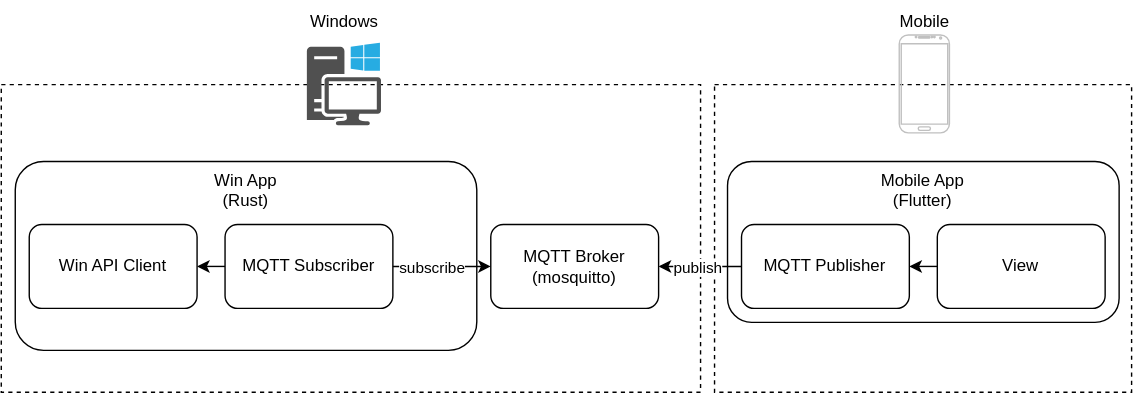
This is doc/img/SystemDesign.drawio.svg from Gyabi/WinMobileController, a draw.io export, as it was before one commit. Source tidied: cells renumbered, new cells last; positions are measured from the earlier drawing's top-left corner, leaving out a move shared by most shapes. Source of this version:
```xml
<mxGraphModel>
  <root>
    <mxCell id="0" />
    <mxCell id="1" parent="0" />
    <mxCell id="2" style="whiteSpace=wrap;html=1;dashed=1;fillColor=none;" parent="1" vertex="1">
      <mxGeometry y="60" width="500" height="220" as="geometry" />
    </mxCell>
    <mxCell id="3" value="&lt;div style=&quot;&quot;&gt;Win App&lt;/div&gt;&lt;div style=&quot;&quot;&gt;(Rust)&lt;/div&gt;" style="rounded=1;whiteSpace=wrap;html=1;fillColor=none;verticalAlign=top;align=center;" parent="1" vertex="1">
      <mxGeometry x="10" y="115" width="330" height="135" as="geometry" />
    </mxCell>
    <mxCell id="4" style="whiteSpace=wrap;html=1;dashed=1;fillColor=none;" parent="1" vertex="1">
      <mxGeometry x="510" y="60" width="298.2" height="220" as="geometry" />
    </mxCell>
    <mxCell id="5" value="&lt;div style=&quot;&quot;&gt;&lt;span style=&quot;background-color: initial;&quot;&gt;Mobile App&lt;/span&gt;&lt;/div&gt;&lt;div style=&quot;&quot;&gt;&lt;span style=&quot;background-color: initial;&quot;&gt;(Flutter)&lt;/span&gt;&lt;/div&gt;" style="rounded=1;whiteSpace=wrap;html=1;fillColor=none;verticalAlign=top;align=center;" parent="1" vertex="1">
      <mxGeometry x="519.3" y="115" width="280" height="115" as="geometry" />
    </mxCell>
    <mxCell id="6" style="verticalLabelPosition=bottom;verticalAlign=top;html=1;shadow=0;dashed=0;strokeWidth=1;shape=mxgraph.android.phone2;strokeColor=#c0c0c0;fillColor=none;" parent="1" vertex="1">
      <mxGeometry x="642" y="24.5" width="35.9" height="70" as="geometry" />
    </mxCell>
    <mxCell id="7" value="Mobile" style="text;html=1;align=center;verticalAlign=middle;strokeColor=none;fillColor=none;" parent="1" vertex="1">
      <mxGeometry x="630" width="60" height="30" as="geometry" />
    </mxCell>
    <mxCell id="8" value="Windows" style="text;html=1;align=center;verticalAlign=middle;strokeColor=none;fillColor=none;" parent="1" vertex="1">
      <mxGeometry x="210" width="70" height="30" as="geometry" />
    </mxCell>
    <mxCell id="9" style="sketch=0;shadow=0;dashed=0;html=1;strokeColor=none;fillColor=#505050;labelPosition=center;verticalLabelPosition=bottom;verticalAlign=top;align=center;shape=mxgraph.office.devices.workstation_pc;" parent="1" vertex="1">
      <mxGeometry x="218.5" y="30" width="53" height="59" as="geometry" />
    </mxCell>
    <mxCell id="10" value="MQTT Broker&lt;br&gt;(mosquitto)" style="rounded=1;whiteSpace=wrap;html=1;fillColor=none;" parent="1" vertex="1">
      <mxGeometry x="350" y="160" width="120" height="60" as="geometry" />
    </mxCell>
    <mxCell id="11" style="edgeStyle=none;html=1;entryX=1;entryY=0.5;entryDx=0;entryDy=0;" parent="1" edge="1" source="13" target="10">
      <mxGeometry relative="1" as="geometry" />
    </mxCell>
    <mxCell id="12" value="publish" style="edgeLabel;html=1;align=center;verticalAlign=middle;" parent="11" vertex="1">
      <mxGeometry x="-0.19" y="3" relative="1" as="geometry">
        <mxPoint x="-8" y="-3" as="offset" />
      </mxGeometry>
    </mxCell>
    <mxCell id="13" value="MQTT Publisher" style="rounded=1;whiteSpace=wrap;html=1;fillColor=none;" parent="1" vertex="1">
      <mxGeometry x="529.3" y="160" width="120" height="60" as="geometry" />
    </mxCell>
    <mxCell id="14" style="edgeStyle=none;html=1;entryX=0;entryY=0.5;entryDx=0;entryDy=0;" parent="1" edge="1" source="17" target="10">
      <mxGeometry relative="1" as="geometry" />
    </mxCell>
    <mxCell id="15" value="subscribe" style="edgeLabel;html=1;align=center;verticalAlign=middle;" parent="14" vertex="1">
      <mxGeometry x="0.27" y="1" relative="1" as="geometry">
        <mxPoint x="-17" y="1" as="offset" />
      </mxGeometry>
    </mxCell>
    <mxCell id="16" style="edgeStyle=none;html=1;exitX=0;exitY=0.5;exitDx=0;exitDy=0;entryX=1;entryY=0.5;entryDx=0;entryDy=0;" parent="1" edge="1" source="17" target="20">
      <mxGeometry relative="1" as="geometry" />
    </mxCell>
    <mxCell id="17" value="MQTT Subscriber" style="rounded=1;whiteSpace=wrap;html=1;fillColor=none;" parent="1" vertex="1">
      <mxGeometry x="160" y="160" width="120" height="60" as="geometry" />
    </mxCell>
    <mxCell id="18" style="edgeStyle=none;html=1;entryX=1;entryY=0.5;entryDx=0;entryDy=0;" parent="1" edge="1" source="19" target="13">
      <mxGeometry relative="1" as="geometry" />
    </mxCell>
    <mxCell id="19" value="View" style="rounded=1;whiteSpace=wrap;html=1;fillColor=none;" parent="1" vertex="1">
      <mxGeometry x="669.3" y="160" width="120" height="60" as="geometry" />
    </mxCell>
    <mxCell id="20" value="Win API Client" style="rounded=1;whiteSpace=wrap;html=1;fillColor=none;" parent="1" vertex="1">
      <mxGeometry x="20" y="160" width="120" height="60" as="geometry" />
    </mxCell>
  </root>
</mxGraphModel>
```
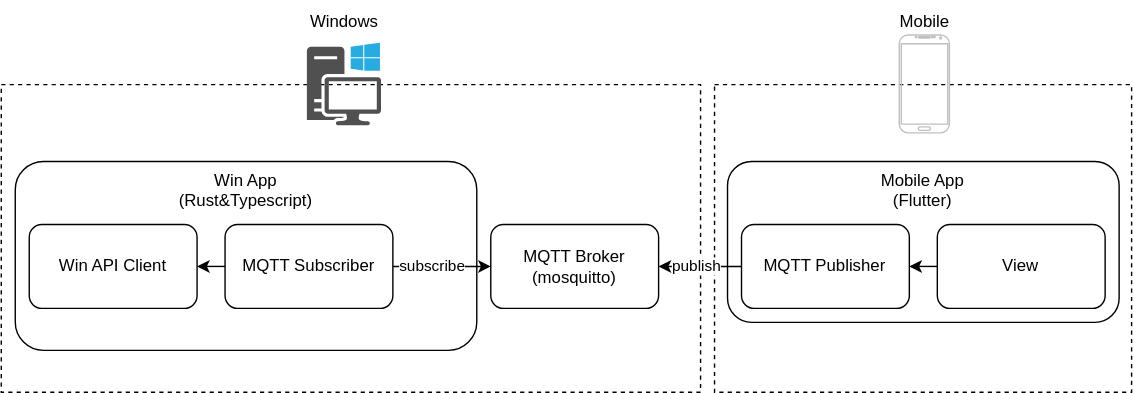
The same diagram one commit later.

Diff of the diagram source:
```diff
@@ -5,7 +5,7 @@
     <mxCell id="2" style="whiteSpace=wrap;html=1;dashed=1;fillColor=none;" parent="1" vertex="1">
       <mxGeometry y="60" width="500" height="220" as="geometry" />
     </mxCell>
-    <mxCell id="3" value="&lt;div style=&quot;&quot;&gt;Win App&lt;/div&gt;&lt;div style=&quot;&quot;&gt;(Rust)&lt;/div&gt;" style="rounded=1;whiteSpace=wrap;html=1;fillColor=none;verticalAlign=top;align=center;" parent="1" vertex="1">
+    <mxCell id="3" value="&lt;div style=&quot;&quot;&gt;Win App&lt;/div&gt;&lt;div style=&quot;&quot;&gt;(Rust&amp;amp;Typescript)&lt;/div&gt;" style="rounded=1;whiteSpace=wrap;html=1;fillColor=none;verticalAlign=top;align=center;" parent="1" vertex="1">
       <mxGeometry x="10" y="115" width="330" height="135" as="geometry" />
     </mxCell>
     <mxCell id="4" style="whiteSpace=wrap;html=1;dashed=1;fillColor=none;" parent="1" vertex="1">
```
